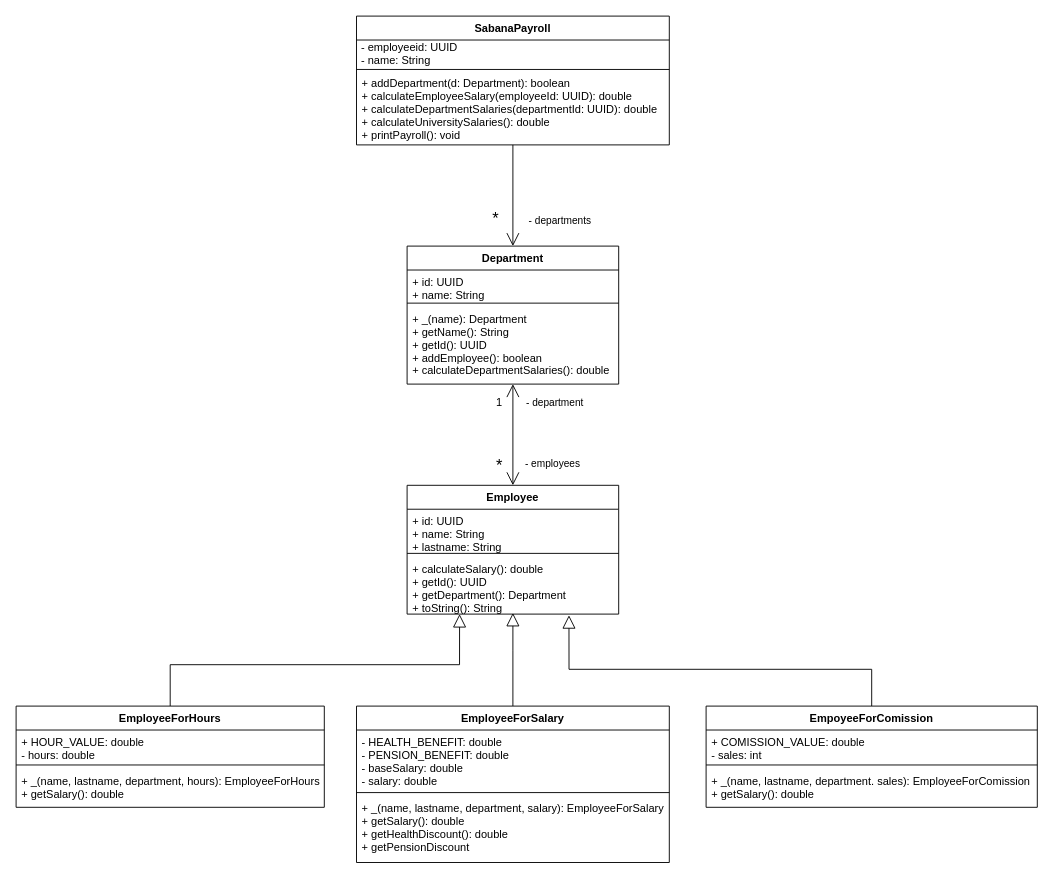
Before: diagrams/sabanapayroll-class-diagram.drawio in Cafeleyos/MUNOZ-SANTOS-SABANA-POOB-2021-1-LAB-ABSTRACT-CLASS, a draw.io diagram. Source tidied: cells renumbered, new cells numbered last; positions are measured from the earlier drawing's top-left corner, leaving out a move shared by most shapes. Both pictures are drawn from the tidied source at 92%, with x=0, y=0 at pixel (16, 16).
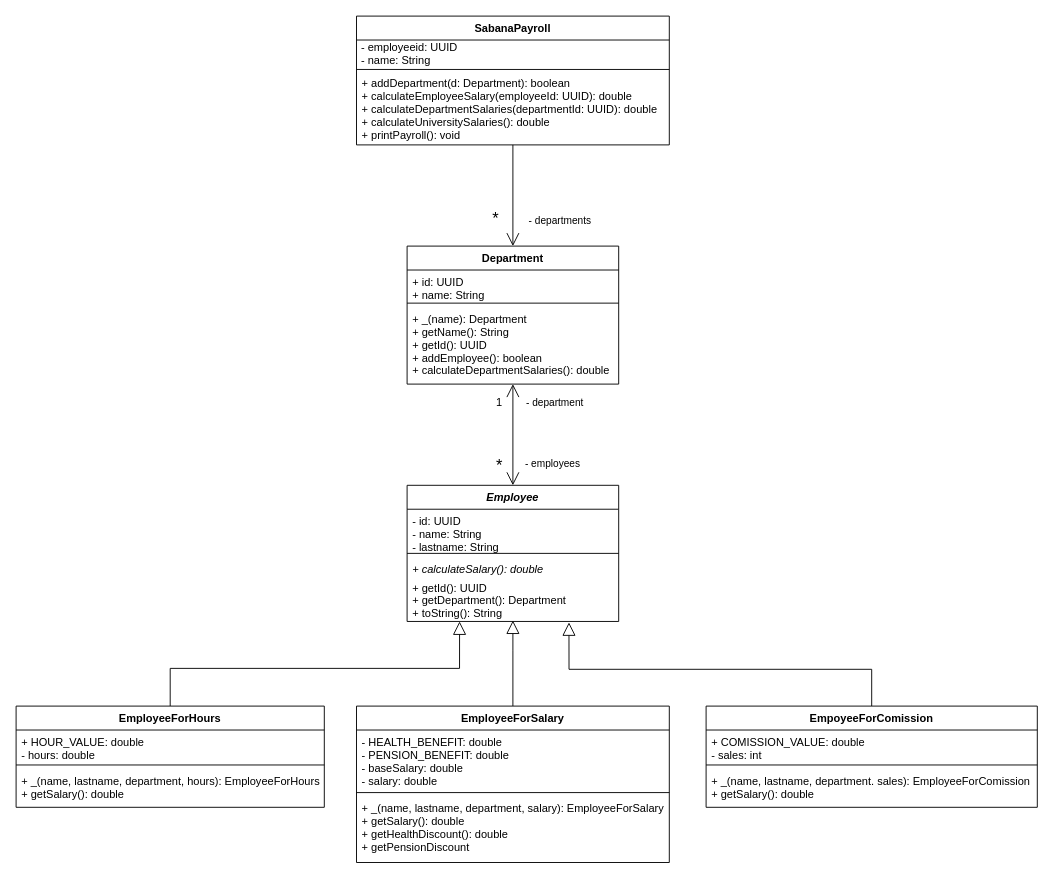
Above is the later version.

The edit, as a diff of the source:
```diff
@@
-    <mxCell id="14" value="Employee" style="swimlane;fontStyle=1;align=center;verticalAlign=top;horizontal=1;startSize=26;" parent="1" vertex="1">
-      <mxGeometry x="425" y="510" width="230" height="140" as="geometry" />
+    <mxCell id="14" value="Employee" style="swimlane;fontStyle=3;align=center;verticalAlign=top;horizontal=1;startSize=26;" parent="1" vertex="1">
+      <mxGeometry x="425" y="510" width="230" height="148" as="geometry" />
     </mxCell>
-    <mxCell id="15" value="+ id: UUID&#10;+ name: String&#10;+ lastname: String" style="text;strokeColor=none;fillColor=none;align=left;verticalAlign=top;spacingLeft=4;spacingRight=4;overflow=hidden;" parent="14" vertex="1">
+    <mxCell id="15" value="- id: UUID&#10;- name: String&#10;- lastname: String" style="text;strokeColor=none;fillColor=none;align=left;verticalAlign=top;spacingLeft=4;spacingRight=4;overflow=hidden;" parent="14" vertex="1">
       <mxGeometry y="26" width="230" height="44" as="geometry" />
     </mxCell>
@@
+    <mxCell id="37" value="+ calculateSalary(): double" style="text;strokeColor=none;fillColor=none;align=left;verticalAlign=top;spacingLeft=4;spacingRight=4;overflow=hidden;fontStyle=2;" parent="14" vertex="1">
+      <mxGeometry y="78" width="230" height="20" as="geometry" />
+    </mxCell>
-    <mxCell id="17" value="+ calculateSalary(): double&#10;+ getId(): UUID&#10;+ getDepartment(): Department&#10;+ toString(): String" style="text;strokeColor=none;fillColor=none;align=left;verticalAlign=top;spacingLeft=4;spacingRight=4;overflow=hidden;points=[[0,0.5],[1,0.5]];portConstraint=eastwest;" parent="14" vertex="1">
-      <mxGeometry y="78" width="230" height="62" as="geometry" />
+    <mxCell id="17" value="+ getId(): UUID&#10;+ getDepartment(): Department&#10;+ toString(): String" style="text;strokeColor=none;fillColor=none;align=left;verticalAlign=top;spacingLeft=4;spacingRight=4;overflow=hidden;points=[[0,0.5],[1,0.5]];portConstraint=eastwest;" parent="14" vertex="1">
+      <mxGeometry y="98" width="230" height="50" as="geometry" />
     </mxCell>
```
